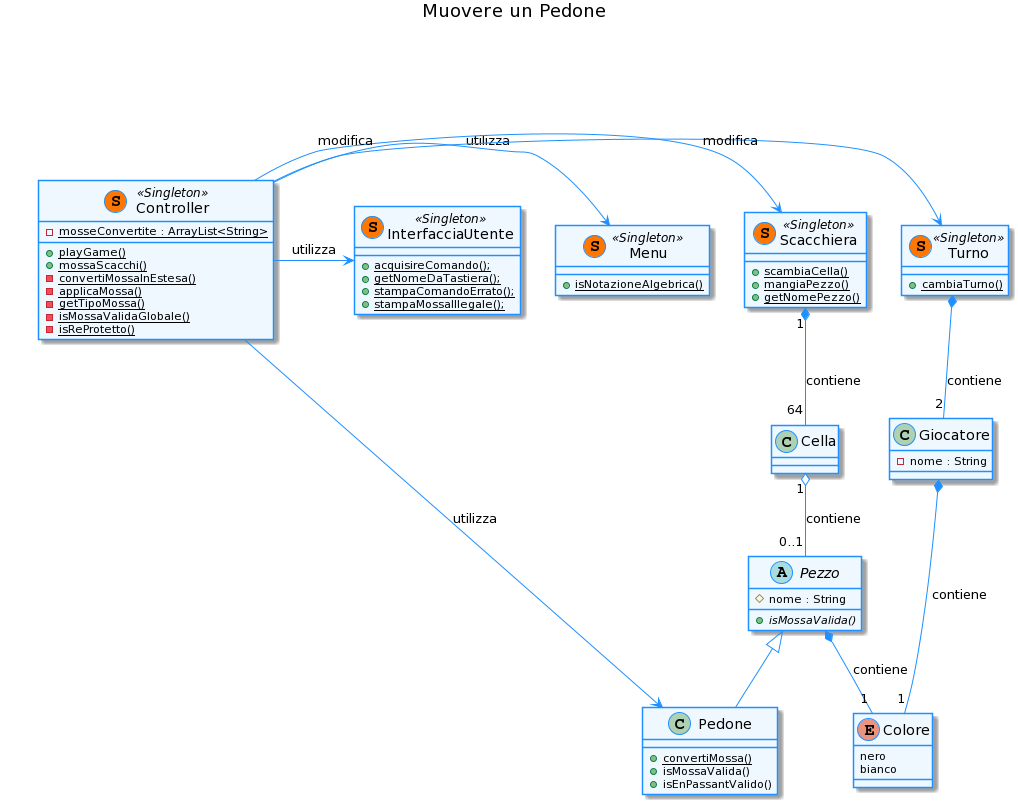
softeng1920-inf-uniba/progetto1920-catmull keeps this PlantUML diagram as doc/drawings/MuoverePedone.png. Above is the earlier version.
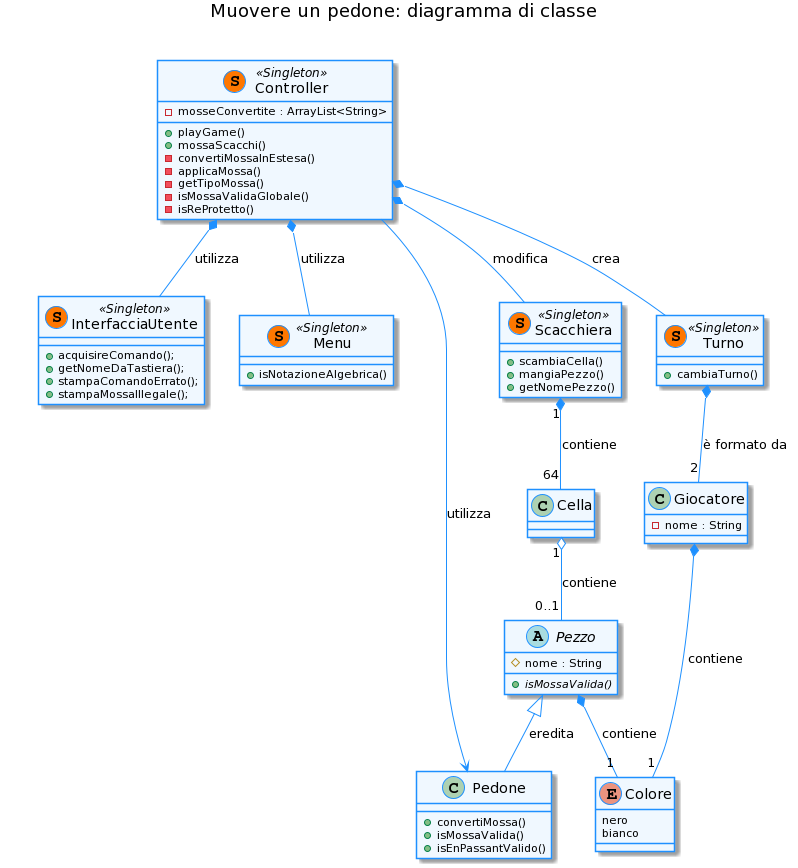
The same file after the commit.

What changed in the source:
```diff
@@ -1,5 +1,6 @@
 @startuml
 skinparam classFontSize 14
+
 
 skinparam class {
 BackgroundColor AliceBlue
@@ -13,28 +14,28 @@
   class Controller
 }
 
-title Muovere un Pedone
+title Muovere un pedone: diagramma di classe
 
 class Controller << (S,#FF7700) Singleton >> {
-- {static} mosseConvertite : ArrayList<String>
-+ {static} playGame()
-+ {static} mossaScacchi()
-- {static} convertiMossaInEstesa()
-- {static} applicaMossa()
-- {static} getTipoMossa()
-- {static} isMossaValidaGlobale()
-- {static} isReProtetto()
+- mosseConvertite : ArrayList<String>
++ playGame()
++ mossaScacchi()
+- convertiMossaInEstesa()
+- applicaMossa()
+- getTipoMossa()
+- isMossaValidaGlobale()
+- isReProtetto()
 }
 
 class Turno << (S,#FF7700) Singleton >> {
-+ {static} cambiaTurno()
++ cambiaTurno()
 }
 
 class InterfacciaUtente << (S,#FF7700) Singleton >> {
-+{static} acquisireComando();
-+{static} getNomeDaTastiera();
-+{static} stampaComandoErrato();
-+{static} stampaMossaIllegale();
++ acquisireComando();
++ getNomeDaTastiera();
++ stampaComandoErrato();
++ stampaMossaIllegale();
 }
 
 class Giocatore{
@@ -42,7 +43,7 @@
 }
 
 class Menu << (S,#FF7700) Singleton >> {
-+ {static} isNotazioneAlgebrica()
++ isNotazioneAlgebrica()
 }
 
 enum Colore{
@@ -53,9 +54,9 @@
 class Cella{}
 
 class Scacchiera << (S,#FF7700) Singleton >> {
-+ {static} scambiaCella()
-+ {static} mangiaPezzo()
-+ {static} getNomePezzo()
++ scambiaCella()
++ mangiaPezzo()
++ getNomePezzo()
 }
 
 abstract class Pezzo{
@@ -64,7 +65,7 @@
  }
 
 class Pedone{
-+ {static} convertiMossa()
++ convertiMossa()
 + isMossaValida()
 + isEnPassantValido()
 }
@@ -72,12 +73,12 @@
 Scacchiera "1" *-- "64" Cella : contiene
 Giocatore *-- "1" Colore : contiene
 Pezzo *-- "1" Colore : contiene
-Turno *-- "2" Giocatore : contiene
+Turno *-- "2" Giocatore : è formato da
 Cella "1" o-- "0..1" Pezzo : contiene
-Pezzo <|-- Pedone
-Controller -> Menu : utilizza
-Controller -> InterfacciaUtente : utilizza
-Controller -> Turno : modifica
+Pezzo <|-- Pedone : "eredita"
+Controller *-- Menu : utilizza
+Controller *-- InterfacciaUtente : utilizza
+Controller *-- Turno : crea
 Controller -> Pedone : utilizza
-Controller -> Scacchiera : modifica
+Controller *-- Scacchiera : modifica
 @enduml
```
